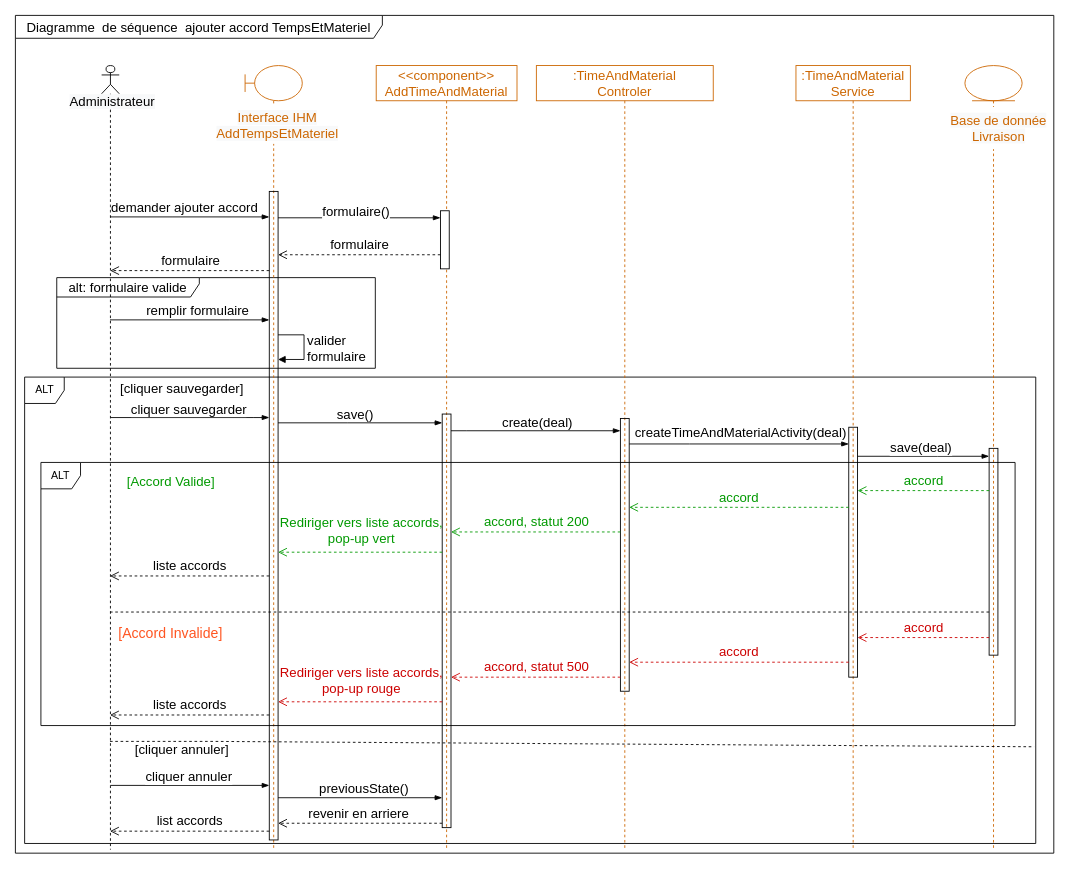
The draw.io diagram Delivery/AddTimeAndMaterialProjectDiagrammeSequence.drawio in ZidiMedAmine/UML, before the edit. Source tidied: cells renumbered, new cells numbered last; positions are measured from the earlier drawing's top-left corner, leaving out a move shared by most shapes. Both pictures are drawn from the tidied source at 88%, with x=0, y=0 at pixel (15, 15).
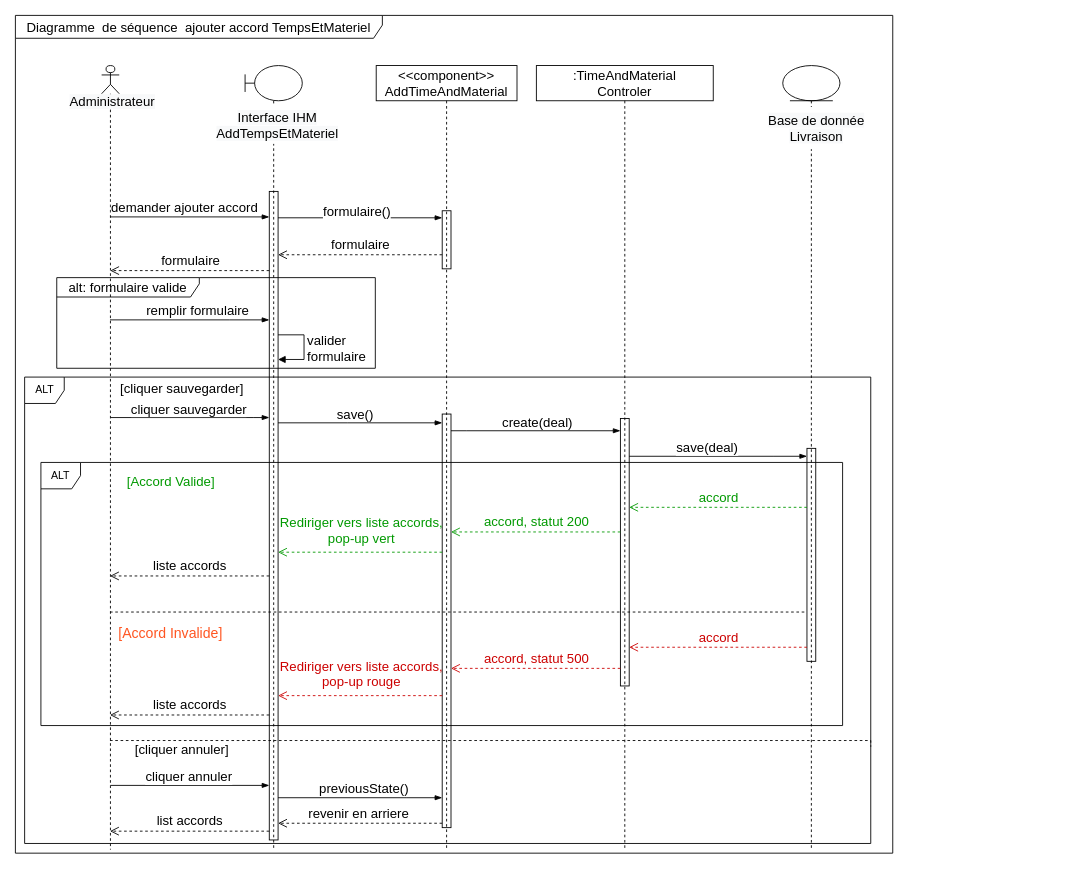
The same page after the edit.

Commit message:
Mettre à jour AddTimeAndMaterialProjectDiagrammeSequence.drawio

The change refers to these unchanged cells:
```xml
<mxCell id="8" style="shape=umlLifeline;participant=umlActor;perimeter=lifelinePerimeter;whiteSpace=wrap;html=1;verticalAlign=top;spacingTop=36;outlineConnect=0;fillColor=none;size=32;sketch=0;shadow=0;rounded=0;glass=0;" parent="1" vertex="1">
  <mxGeometry x="98" y="57" width="20" height="891" as="geometry" />
</mxCell>
<mxCell id="17" style="html=1;points=[];perimeter=orthogonalPerimeter;rounded=0;shadow=0;glass=0;sketch=0;fontSize=15;fillColor=none;" parent="15" vertex="1">
  <mxGeometry x="27.5" y="143" width="10" height="737" as="geometry" />
</mxCell>
<mxCell id="29" style="html=1;points=[];perimeter=orthogonalPerimeter;fontSize=15;fillColor=none;rounded=0;shadow=0;glass=0;sketch=0;" parent="27" vertex="1">
  <mxGeometry x="75" y="396" width="10" height="470" as="geometry" />
</mxCell>
```

Diff of the diagram source:
```diff
@@
+    <mxCell id="62" value="ALT" style="shape=umlFrame;whiteSpace=wrap;html=1;width=45;height=30;" parent="1" vertex="1">
+      <mxGeometry x="29" y="508" width="911" height="299" as="geometry" />
+    </mxCell>
     <mxCell id="2" value="Diagramme&amp;nbsp; de séquence&amp;nbsp; ajouter accord TempsEtMateriel" style="shape=umlFrame;whiteSpace=wrap;html=1;rounded=0;shadow=0;glass=0;sketch=0;fontSize=15;fillColor=none;width=417;height=26;" parent="1" vertex="1">
-      <mxGeometry width="1180" height="952" as="geometry" />
+      <mxGeometry width="997" height="952" as="geometry" />
     </mxCell>
     <mxCell id="3" value="ALT" style="shape=umlFrame;whiteSpace=wrap;html=1;width=45;height=30;" parent="1" vertex="1">
-      <mxGeometry x="10.5" y="411" width="1149" height="530" as="geometry" />
+      <mxGeometry x="10.5" y="411" width="961.5" height="530" as="geometry" />
     </mxCell>
@@
-    <mxCell id="5" value=":TimeAndMaterial&lt;br&gt;Controler" style="shape=umlLifeline;perimeter=lifelinePerimeter;whiteSpace=wrap;html=1;rounded=0;shadow=0;glass=0;sketch=0;fillColor=none;fontSize=15;fontColor=#CC6600;strokeColor=#CC6600;" parent="1" vertex="1">
+    <mxCell id="5" value=":TimeAndMaterial&lt;br&gt;Controler" style="shape=umlLifeline;perimeter=lifelinePerimeter;whiteSpace=wrap;html=1;rounded=0;shadow=0;glass=0;sketch=0;fillColor=none;fontSize=15;fontColor=default;strokeColor=default;" parent="1" vertex="1">
       <mxGeometry x="592" y="57" width="201" height="891" as="geometry" />
     </mxCell>
     <mxCell id="6" style="html=1;points=[];perimeter=orthogonalPerimeter;rounded=0;shadow=0;glass=0;sketch=0;fontSize=15;fillColor=none;" parent="5" vertex="1">
-      <mxGeometry x="95.5" y="401" width="10" height="310" as="geometry" />
+      <mxGeometry x="95.5" y="401" width="10" height="304" as="geometry" />
     </mxCell>
@@
-    <mxCell id="10" value=":TimeAndMaterial&lt;br&gt;Service" style="shape=umlLifeline;perimeter=lifelinePerimeter;whiteSpace=wrap;html=1;rounded=0;shadow=0;glass=0;sketch=0;fillColor=none;fontSize=15;fontColor=#CC6600;strokeColor=#CC6600;" parent="1" vertex="1">
-      <mxGeometry x="887" y="57" width="130" height="891" as="geometry" />
-    </mxCell>
-    <mxCell id="11" style="html=1;points=[];perimeter=orthogonalPerimeter;rounded=0;shadow=0;glass=0;sketch=0;fontSize=15;fillColor=none;" parent="10" vertex="1">
-      <mxGeometry x="60" y="411" width="10" height="284" as="geometry" />
-    </mxCell>
-    <mxCell id="12" style="shape=umlLifeline;participant=umlEntity;perimeter=lifelinePerimeter;whiteSpace=wrap;html=1;verticalAlign=top;spacingTop=36;rounded=0;shadow=0;glass=0;sketch=0;fontSize=15;fillColor=none;fontColor=#CC6600;strokeColor=#CC6600;" parent="1" vertex="1">
-      <mxGeometry x="1079" y="57" width="65" height="891" as="geometry" />
+    <mxCell id="12" style="shape=umlLifeline;participant=umlEntity;perimeter=lifelinePerimeter;whiteSpace=wrap;html=1;verticalAlign=top;spacingTop=36;rounded=0;shadow=0;glass=0;sketch=0;fontSize=15;fillColor=none;fontColor=default;strokeColor=default;" parent="1" vertex="1">
+      <mxGeometry x="872" y="57" width="65" height="891" as="geometry" />
     </mxCell>
     <mxCell id="13" style="html=1;points=[];perimeter=orthogonalPerimeter;rounded=0;shadow=0;glass=0;sketch=0;fontSize=15;fillColor=none;" parent="12" vertex="1">
-      <mxGeometry x="27.5" y="435" width="10" height="235" as="geometry" />
+      <mxGeometry x="27.5" y="435" width="10" height="242" as="geometry" />
     </mxCell>
-    <mxCell id="14" value="&lt;span style=&quot;font-family: Helvetica; font-size: 15px; font-style: normal; font-variant-ligatures: normal; font-variant-caps: normal; font-weight: 400; letter-spacing: normal; orphans: 2; text-indent: 0px; text-transform: none; widows: 2; word-spacing: 0px; -webkit-text-stroke-width: 0px; background-color: rgb(248, 249, 250); text-decoration-thickness: initial; text-decoration-style: initial; text-decoration-color: initial; float: none; display: inline !important;&quot;&gt;Base de donnée&lt;br&gt;Livraison&lt;br&gt;&lt;/span&gt;" style="text;whiteSpace=wrap;html=1;fontSize=15;align=center;fillColor=default;fontColor=#CC6600;" parent="12" vertex="1">
+    <mxCell id="14" value="&lt;span style=&quot;font-family: Helvetica; font-size: 15px; font-style: normal; font-variant-ligatures: normal; font-variant-caps: normal; font-weight: 400; letter-spacing: normal; orphans: 2; text-indent: 0px; text-transform: none; widows: 2; word-spacing: 0px; -webkit-text-stroke-width: 0px; background-color: rgb(248, 249, 250); text-decoration-thickness: initial; text-decoration-style: initial; text-decoration-color: initial; float: none; display: inline !important;&quot;&gt;Base de donnée&lt;br&gt;Livraison&lt;br&gt;&lt;/span&gt;" style="text;whiteSpace=wrap;html=1;fontSize=15;align=center;fillColor=default;fontColor=default;" parent="12" vertex="1">
       <mxGeometry x="-21" y="47" width="119" height="48" as="geometry" />
     </mxCell>
-    <mxCell id="15" style="shape=umlLifeline;participant=umlBoundary;perimeter=lifelinePerimeter;whiteSpace=wrap;html=1;verticalAlign=top;spacingTop=36;rounded=0;shadow=0;glass=0;sketch=0;fontSize=15;fillColor=none;fontColor=#CC6600;strokeColor=#CC6600;" parent="1" vertex="1">
+    <mxCell id="15" style="shape=umlLifeline;participant=umlBoundary;perimeter=lifelinePerimeter;whiteSpace=wrap;html=1;verticalAlign=top;spacingTop=36;rounded=0;shadow=0;glass=0;sketch=0;fontSize=15;fillColor=none;fontColor=#CC6600;strokeColor=default;" parent="1" vertex="1">
       <mxGeometry x="261" y="57" width="65" height="891" as="geometry" />
     </mxCell>
-    <mxCell id="16" value="&lt;span style=&quot;font-family: Helvetica; font-size: 15px; font-style: normal; font-variant-ligatures: normal; font-variant-caps: normal; font-weight: 400; letter-spacing: normal; orphans: 2; text-indent: 0px; text-transform: none; widows: 2; word-spacing: 0px; -webkit-text-stroke-width: 0px; background-color: rgb(248, 249, 250); text-decoration-thickness: initial; text-decoration-style: initial; text-decoration-color: initial; float: none; display: inline !important;&quot;&gt;Interface IHM&lt;/span&gt;&lt;br style=&quot;font-family: Helvetica; font-size: 15px; font-style: normal; font-variant-ligatures: normal; font-variant-caps: normal; font-weight: 400; letter-spacing: normal; orphans: 2; text-indent: 0px; text-transform: none; widows: 2; word-spacing: 0px; -webkit-text-stroke-width: 0px; background-color: rgb(248, 249, 250); text-decoration-thickness: initial; text-decoration-style: initial; text-decoration-color: initial;&quot;&gt;&lt;span style=&quot;font-family: Helvetica; font-size: 15px; font-style: normal; font-variant-ligatures: normal; font-variant-caps: normal; font-weight: 400; letter-spacing: normal; orphans: 2; text-indent: 0px; text-transform: none; widows: 2; word-spacing: 0px; -webkit-text-stroke-width: 0px; background-color: rgb(248, 249, 250); text-decoration-thickness: initial; text-decoration-style: initial; text-decoration-color: initial; float: none; display: inline !important;&quot;&gt;AddTempsEtMateriel&lt;/span&gt;" style="text;whiteSpace=wrap;html=1;fontSize=15;align=center;fillColor=default;fontColor=#CC6600;" parent="15" vertex="1">
+    <mxCell id="16" value="&lt;span style=&quot;font-family: Helvetica; font-size: 15px; font-style: normal; font-variant-ligatures: normal; font-variant-caps: normal; font-weight: 400; letter-spacing: normal; orphans: 2; text-indent: 0px; text-transform: none; widows: 2; word-spacing: 0px; -webkit-text-stroke-width: 0px; background-color: rgb(248, 249, 250); text-decoration-thickness: initial; text-decoration-style: initial; text-decoration-color: initial; float: none; display: inline !important;&quot;&gt;Interface IHM&lt;/span&gt;&lt;br style=&quot;font-family: Helvetica; font-size: 15px; font-style: normal; font-variant-ligatures: normal; font-variant-caps: normal; font-weight: 400; letter-spacing: normal; orphans: 2; text-indent: 0px; text-transform: none; widows: 2; word-spacing: 0px; -webkit-text-stroke-width: 0px; background-color: rgb(248, 249, 250); text-decoration-thickness: initial; text-decoration-style: initial; text-decoration-color: initial;&quot;&gt;&lt;span style=&quot;font-family: Helvetica; font-size: 15px; font-style: normal; font-variant-ligatures: normal; font-variant-caps: normal; font-weight: 400; letter-spacing: normal; orphans: 2; text-indent: 0px; text-transform: none; widows: 2; word-spacing: 0px; -webkit-text-stroke-width: 0px; background-color: rgb(248, 249, 250); text-decoration-thickness: initial; text-decoration-style: initial; text-decoration-color: initial; float: none; display: inline !important;&quot;&gt;AddTempsEtMateriel&lt;/span&gt;" style="text;whiteSpace=wrap;html=1;fontSize=15;align=center;fillColor=default;fontColor=default;" parent="15" vertex="1">
       <mxGeometry x="-24" y="44" width="122" height="45" as="geometry" />
     </mxCell>
@@
-    <mxCell id="21" style="edgeStyle=elbowEdgeStyle;fontSize=12;html=1;endArrow=blockThin;endFill=1;rounded=0;" parent="1" edge="1" source="6" target="11">
-      <mxGeometry relative="1" as="geometry">
-        <Array as="points">
-          <mxPoint x="766" y="487" />
-          <mxPoint x="741" y="278" />
-          <mxPoint x="590" y="263" />
-          <mxPoint x="515" y="292" />
-        </Array>
-      </mxGeometry>
-    </mxCell>
-    <mxCell id="22" value="createTimeAndMaterialActivity(deal)" style="edgeLabel;html=1;align=center;verticalAlign=middle;fontSize=15;" parent="21" vertex="1">
-      <mxGeometry x="0.12" relative="1" as="geometry">
-        <mxPoint x="-14" y="-14" as="offset" />
-      </mxGeometry>
-    </mxCell>
-    <mxCell id="23" style="edgeStyle=elbowEdgeStyle;fontSize=12;html=1;endArrow=blockThin;endFill=1;rounded=0;" parent="1" edge="1" source="11" target="13">
+    <mxCell id="23" style="edgeStyle=elbowEdgeStyle;fontSize=12;html=1;endArrow=blockThin;endFill=1;rounded=0;" parent="1" edge="1" source="6" target="13">
       <mxGeometry relative="1" as="geometry">
         <Array as="points">
-          <mxPoint x="1048" y="501" />
+          <mxPoint x="862" y="501" />
           <mxPoint x="957" y="512" />
           <mxPoint x="754" y="288" />
         </Array>
       </mxGeometry>
     </mxCell>
@@
-    <mxCell id="25" value="&lt;font color=&quot;#009900&quot;&gt;accord&lt;/font&gt;" style="html=1;verticalAlign=bottom;endArrow=open;dashed=1;endSize=8;rounded=0;fontSize=15;strokeColor=#009900;" parent="1" edge="1" source="13" target="11">
-      <mxGeometry relative="1" as="geometry">
-        <Array as="points">
-          <mxPoint x="1013" y="540" />
-        </Array>
-      </mxGeometry>
-    </mxCell>
-    <mxCell id="26" value="&lt;span style=&quot;color: rgb(0, 153, 0);&quot;&gt;accord&lt;/span&gt;" style="html=1;verticalAlign=bottom;endArrow=open;dashed=1;endSize=8;rounded=0;fontSize=15;strokeColor=#009900;" parent="1" edge="1" source="11" target="6">
+    <mxCell id="26" value="&lt;span style=&quot;color: rgb(0, 153, 0);&quot;&gt;accord&lt;/span&gt;" style="html=1;verticalAlign=bottom;endArrow=open;dashed=1;endSize=8;rounded=0;fontSize=15;strokeColor=#009900;" parent="1" edge="1" source="13" target="6">
       <mxGeometry relative="1" as="geometry">
         <Array as="points">
           <mxPoint x="883" y="559" />
         </Array>
       </mxGeometry>
     </mxCell>
-    <mxCell id="27" value="&amp;lt;&amp;lt;component&amp;gt;&amp;gt;&lt;br&gt;AddTimeAndMaterial" style="shape=umlLifeline;perimeter=lifelinePerimeter;whiteSpace=wrap;html=1;rounded=0;shadow=0;glass=0;sketch=0;fillColor=none;fontSize=15;fontColor=#CC6600;strokeColor=#CC6600;" parent="1" vertex="1">
+    <mxCell id="27" value="&amp;lt;&amp;lt;component&amp;gt;&amp;gt;&lt;br&gt;AddTimeAndMaterial" style="shape=umlLifeline;perimeter=lifelinePerimeter;whiteSpace=wrap;html=1;rounded=0;shadow=0;glass=0;sketch=0;fillColor=none;fontSize=15;fontColor=default;strokeColor=default;" parent="1" vertex="1">
       <mxGeometry x="410" y="57" width="160" height="891" as="geometry" />
     </mxCell>
-    <mxCell id="28" style="html=1;points=[];perimeter=orthogonalPerimeter;" parent="27" vertex="1">
-      <mxGeometry x="73" y="165" width="10" height="66" as="geometry" />
+    <mxCell id="28" style="html=1;points=[];perimeter=orthogonalPerimeter;fontSize=15;fillColor=none;rounded=0;shadow=0;glass=0;sketch=0;" parent="27" vertex="1">
+      <mxGeometry x="75" y="165" width="10" height="66" as="geometry" />
     </mxCell>
@@
-    <mxCell id="46" value="&lt;font color=&quot;#cc0000&quot;&gt;accord&lt;/font&gt;" style="html=1;verticalAlign=bottom;endArrow=open;dashed=1;endSize=8;rounded=0;fontSize=15;fontColor=#000000;strokeColor=#CC0000;" parent="1" edge="1" source="13" target="11">
-      <mxGeometry relative="1" as="geometry">
-        <Array as="points">
-          <mxPoint x="1026" y="707" />
-        </Array>
-      </mxGeometry>
-    </mxCell>
-    <mxCell id="47" value="&lt;span style=&quot;color: rgb(204, 0, 0);&quot;&gt;accord&lt;/span&gt;" style="html=1;verticalAlign=bottom;endArrow=open;dashed=1;endSize=8;rounded=0;fontSize=15;fontColor=#000000;strokeColor=#CC0000;" parent="1" edge="1" source="11" target="6">
+    <mxCell id="47" value="&lt;span style=&quot;color: rgb(204, 0, 0);&quot;&gt;accord&lt;/span&gt;" style="html=1;verticalAlign=bottom;endArrow=open;dashed=1;endSize=8;rounded=0;fontSize=15;fontColor=#000000;strokeColor=#CC0000;" parent="1" edge="1" source="13" target="6">
       <mxGeometry relative="1" as="geometry">
         <Array as="points">
-          <mxPoint x="867" y="735" />
+          <mxPoint x="871" y="718" />
         </Array>
       </mxGeometry>
     </mxCell>
     <mxCell id="48" value="&lt;span style=&quot;color: rgb(204, 0, 0);&quot;&gt;accord&lt;/span&gt;&lt;font color=&quot;#cc0000&quot;&gt;, statut 500&lt;/font&gt;" style="html=1;verticalAlign=bottom;endArrow=open;dashed=1;endSize=8;rounded=0;fontSize=15;fontColor=#000000;strokeColor=#CC0000;" parent="1" edge="1" source="6" target="29">
       <mxGeometry relative="1" as="geometry">
         <Array as="points">
-          <mxPoint x="607" y="752" />
+          <mxPoint x="607" y="742" />
         </Array>
       </mxGeometry>
     </mxCell>
-    <mxCell id="49" value="&lt;font color=&quot;#cc0000&quot;&gt;Rediriger vers liste&amp;nbsp;&lt;/font&gt;&lt;span style=&quot;color: rgb(204, 0, 0);&quot;&gt;accords&lt;/span&gt;&lt;font color=&quot;#cc0000&quot;&gt;,&lt;br&gt;pop-up rouge&lt;/font&gt;" style="html=1;verticalAlign=bottom;endArrow=open;dashed=1;endSize=8;rounded=0;fontSize=15;strokeColor=#CC0000;labelBackgroundColor=none;" parent="1" edge="1" source="29">
+    <mxCell id="49" value="&lt;font color=&quot;#cc0000&quot;&gt;Rediriger vers liste&amp;nbsp;&lt;/font&gt;&lt;span style=&quot;color: rgb(204, 0, 0);&quot;&gt;accords&lt;/span&gt;&lt;font color=&quot;#cc0000&quot;&gt;,&lt;br&gt;pop-up rouge&lt;/font&gt;" style="html=1;verticalAlign=bottom;endArrow=open;dashed=1;endSize=8;rounded=0;fontSize=15;strokeColor=#CC0000;labelBackgroundColor=none;" parent="1" edge="1" source="29" target="17">
       <mxGeometry x="-0.01" y="-4" relative="1" as="geometry">
-        <mxPoint x="298.5" y="780" as="targetPoint" />
         <Array as="points">
-          <mxPoint x="433" y="780" />
+          <mxPoint x="433" y="773" />
         </Array>
       </mxGeometry>
     </mxCell>
@@
-    <mxCell id="55" style="edgeStyle=none;rounded=0;jettySize=auto;html=1;fontSize=15;fontColor=#000000;strokeColor=#000000;endArrow=none;endFill=0;dashed=1;entryX=0.981;entryY=0.873;entryDx=0;entryDy=0;entryPerimeter=0;" parent="1" edge="1" source="8" target="2">
+    <mxCell id="55" style="edgeStyle=orthogonalEdgeStyle;rounded=0;jettySize=auto;html=1;fontSize=15;fontColor=#000000;strokeColor=#000000;endArrow=none;endFill=0;dashed=1;" parent="1" edge="1" source="8">
       <mxGeometry relative="1" as="geometry">
+        <mxPoint x="972" y="831" as="targetPoint" />
         <Array as="points">
-          <mxPoint x="226" y="825" />
+          <mxPoint x="972" y="824" />
         </Array>
       </mxGeometry>
     </mxCell>
@@
-    <mxCell id="62" value="ALT" style="shape=umlFrame;whiteSpace=wrap;html=1;width=45;height=30;" parent="1" vertex="1">
-      <mxGeometry x="29" y="508" width="1107" height="299" as="geometry" />
-    </mxCell>
```
